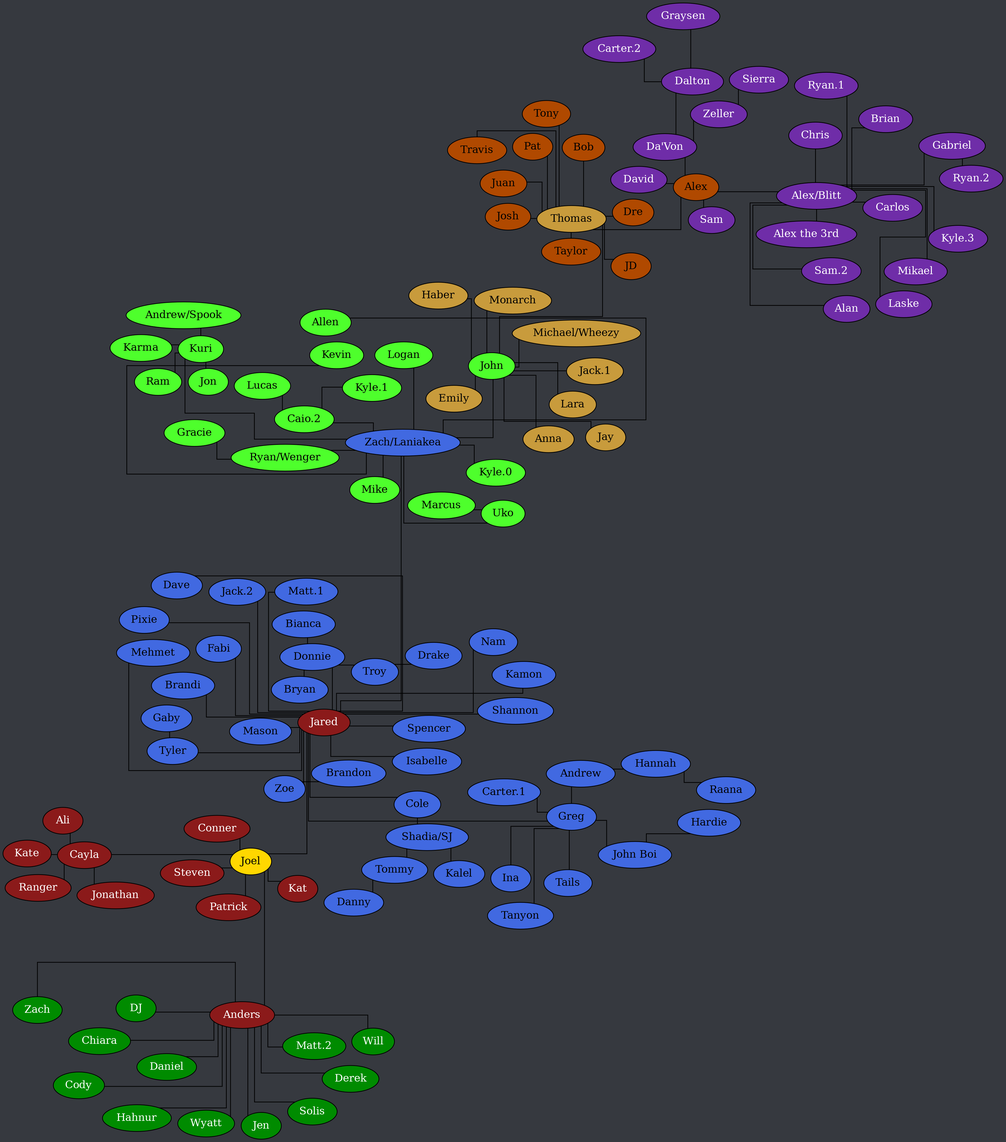
Earlier version of the Graphviz export tree.png (Documidas/CoronaCatzFamilyTree). Its source is kept beside it as tree.dot.
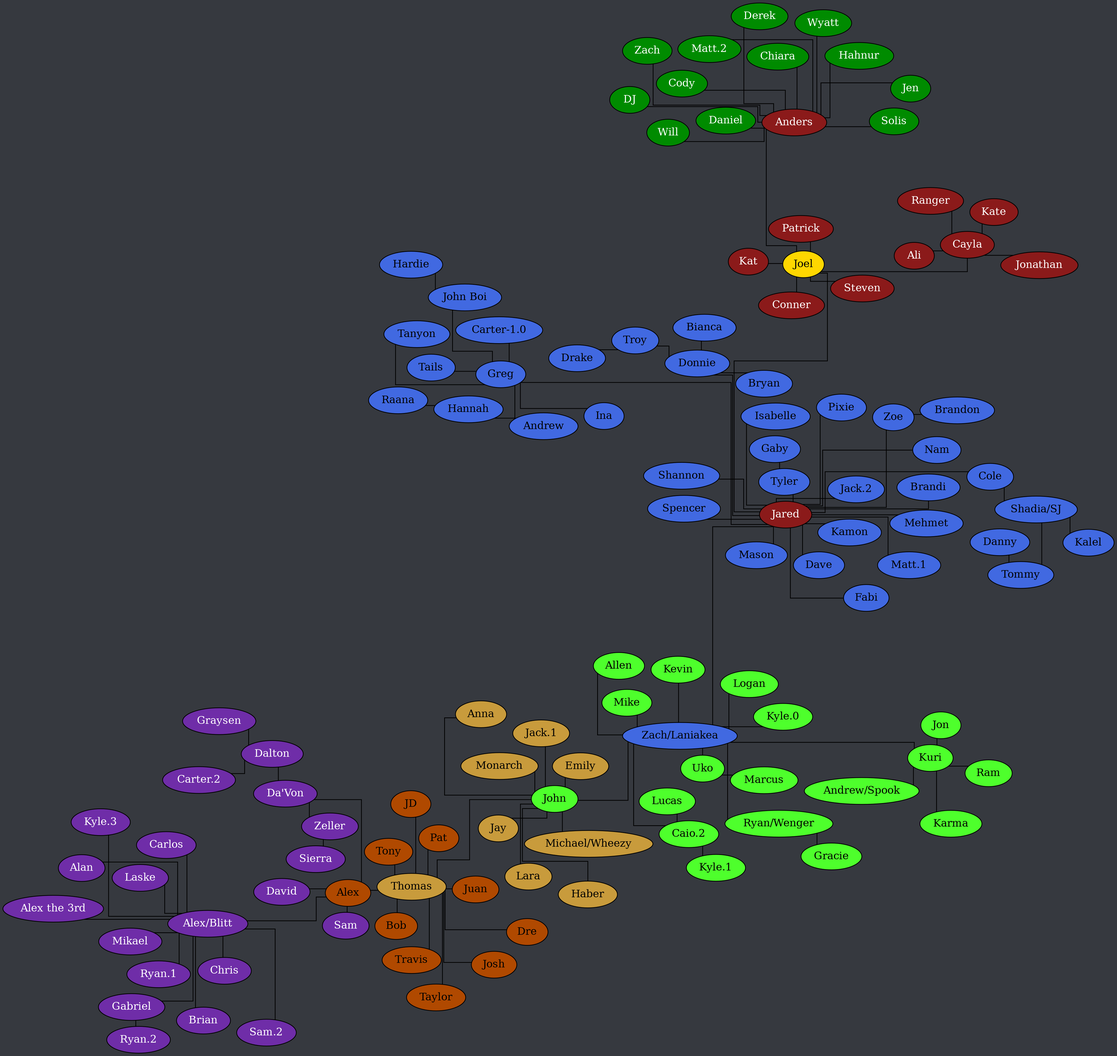
The same file after the commit.

Diff of the diagram source:
```diff
@@ -54,7 +54,7 @@
 		Donnie -- Bryan;
 		Donnie -- Troy;
 		Greg -- Andrew;
-		Greg -- "Carter.1";
+		Greg -- "Carter-1.0";
 		Greg -- Ina;
 		Greg -- "John Boi";
 		Greg -- Tails;
```
